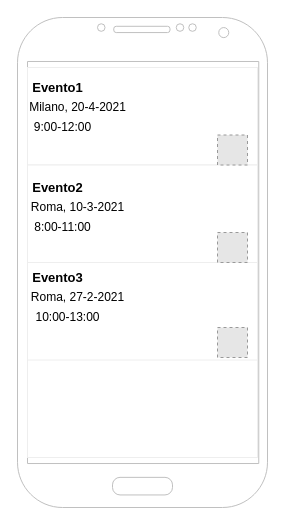
The draw.io diagram Wireframe.drawio in claudiaamorosi/2020-21-webdesign-esercitazione, before the edit. Source tidied: cells renumbered, new cells numbered last; positions are measured from the earlier drawing's top-left corner, leaving out a move shared by most shapes. Both pictures are drawn from the tidied source at 100%, with x=0, y=0 at pixel (17, 17). Pictures stored in the file or linked from it are replaced by grey dashed boxes.
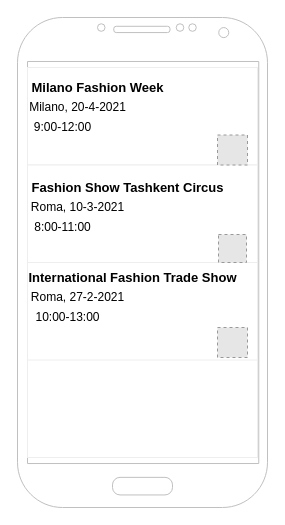
After the change.

What changed in the source:
```diff
@@
 <mxGraphModel>
   <root>
     <mxCell id="0" />
     <mxCell id="1" parent="0" />
     <mxCell id="2" style="verticalLabelPosition=bottom;verticalAlign=top;html=1;shadow=0;dashed=0;strokeWidth=1;shape=mxgraph.android.phone2;strokeColor=#c0c0c0;" parent="1" vertex="1">
       <mxGeometry width="250" height="490" as="geometry" />
     </mxCell>
-    <mxCell id="3" style="strokeWidth=1;html=1;shadow=0;dashed=0;shape=mxgraph.android.rrect;rSize=0;strokeColor=#eeeeee;fillColor=#ffffff;gradientColor=none;" parent="1" vertex="1">
+    <mxCell id="3" style="strokeWidth=1;html=1;shadow=0;dashed=0;shape=mxgraph.android.rrect;rSize=0;strokeColor=#eeeeee;gradientColor=none;fontColor=#EA6B66;fillColor=#FFFFFF;" parent="1" vertex="1">
       <mxGeometry x="10" y="50" width="230" height="390" as="geometry" />
     </mxCell>
     <mxCell id="4" style="strokeColor=inherit;fillColor=inherit;gradientColor=inherit;strokeWidth=1;html=1;shadow=0;dashed=0;shape=mxgraph.android.rrect;rSize=0;align=left;spacingLeft=10;fontSize=8;fontColor=#333333;" parent="3" vertex="1">
       <mxGeometry width="230" height="97.5" as="geometry" />
     </mxCell>
     <mxCell id="5" style="strokeColor=inherit;fillColor=inherit;gradientColor=inherit;strokeWidth=1;html=1;shadow=0;dashed=0;shape=mxgraph.android.rrect;rSize=0;align=left;spacingLeft=10;fontSize=8;fontColor=#333333;" parent="3" vertex="1">
       <mxGeometry y="97.5" width="230" height="97.5" as="geometry" />
     </mxCell>
     <mxCell id="6" style="strokeColor=inherit;fillColor=inherit;gradientColor=inherit;strokeWidth=1;html=1;shadow=0;dashed=0;shape=mxgraph.android.rrect;rSize=0;align=left;spacingLeft=10;fontSize=8;fontColor=#333333;" parent="3" vertex="1">
       <mxGeometry y="195" width="230" height="97.5" as="geometry" />
     </mxCell>
-    <mxCell id="7" value="&lt;b style=&quot;font-size: 13px&quot;&gt;Evento1&lt;/b&gt;" style="text;html=1;align=center;verticalAlign=middle;" parent="3" vertex="1">
-      <mxGeometry x="-5" y="10" width="70" height="20" as="geometry" />
+    <mxCell id="7" value="&lt;span style=&quot;font-size: 13px&quot;&gt;&lt;b&gt;Milano Fashion Week&lt;/b&gt;&lt;/span&gt;" style="text;html=1;align=center;verticalAlign=middle;" parent="3" vertex="1">
+      <mxGeometry x="-5" y="10" width="150" height="20" as="geometry" />
     </mxCell>
-    <mxCell id="8" value="&lt;b&gt;&lt;font style=&quot;font-size: 13px&quot;&gt;Evento2&lt;/font&gt;&lt;/b&gt;" style="text;html=1;align=center;verticalAlign=middle;" parent="3" vertex="1">
-      <mxGeometry x="-5" y="110" width="70" height="20" as="geometry" />
+    <mxCell id="8" value="&lt;span style=&quot;font-size: 13px&quot;&gt;&lt;b&gt;Fashion Show Tashkent Circus&lt;/b&gt;&lt;/span&gt;" style="text;html=1;align=center;verticalAlign=middle;" parent="3" vertex="1">
+      <mxGeometry x="-5" y="110" width="210" height="20" as="geometry" />
     </mxCell>
-    <mxCell id="9" value="&lt;b&gt;&lt;font style=&quot;font-size: 13px&quot;&gt;Evento3&lt;/font&gt;&lt;/b&gt;" style="text;html=1;align=center;verticalAlign=middle;" parent="3" vertex="1">
-      <mxGeometry x="-5" y="200" width="70" height="20" as="geometry" />
+    <mxCell id="9" value="&lt;span style=&quot;font-size: 13px&quot;&gt;&lt;b&gt;International Fashion Trade Show&lt;/b&gt;&lt;/span&gt;" style="text;html=1;align=center;verticalAlign=middle;" parent="3" vertex="1">
+      <mxGeometry x="-5" y="200" width="220" height="20" as="geometry" />
     </mxCell>
     <mxCell id="10" value="Roma, 10-3-2021" style="text;html=1;align=center;verticalAlign=middle;" parent="3" vertex="1">
       <mxGeometry x="-5" y="130" width="110" height="20" as="geometry" />
     </mxCell>
     <mxCell id="11" value="Milano, 20-4-2021" style="text;html=1;align=center;verticalAlign=middle;" parent="3" vertex="1">
       <mxGeometry x="-5" y="30" width="110" height="20" as="geometry" />
     </mxCell>
     <mxCell id="12" value="Roma, 27-2-2021" style="text;html=1;align=center;verticalAlign=middle;" parent="3" vertex="1">
       <mxGeometry x="-5" y="220" width="110" height="20" as="geometry" />
     </mxCell>
     <mxCell id="13" value="9:00-12:00" style="text;html=1;align=center;verticalAlign=middle;" parent="3" vertex="1">
       <mxGeometry y="50" width="70" height="20" as="geometry" />
     </mxCell>
-    <mxCell id="14" style="fillColor=#E6E6E6;strokeColor=#999999;dashed=1;html=1;verticalAlign=top;verticalLabelPosition=bottom;labelBackgroundColor=#ffffff;" parent="3" vertex="1">
+    <mxCell id="14" style="fillColor=#E6E6E6;strokeColor=#999999;dashed=1;html=1;verticalAlign=top;verticalLabelPosition=bottom;labelBackgroundColor=none;" parent="3" vertex="1">
       <mxGeometry x="190" y="67.5" width="30" height="30" as="geometry" />
     </mxCell>
-    <mxCell id="15" style="fillColor=#E6E6E6;strokeColor=#999999;dashed=1;html=1;verticalAlign=top;verticalLabelPosition=bottom;labelBackgroundColor=#ffffff;" parent="3" vertex="1">
-      <mxGeometry x="190" y="165" width="30" height="30" as="geometry" />
-    </mxCell>
     <mxCell id="16" style="fillColor=#E6E6E6;strokeColor=#999999;dashed=1;html=1;verticalAlign=top;verticalLabelPosition=bottom;labelBackgroundColor=#ffffff;" parent="3" vertex="1">
       <mxGeometry x="190" y="260" width="30" height="30" as="geometry" />
     </mxCell>
     <mxCell id="17" value="8:00-11:00" style="text;html=1;align=center;verticalAlign=middle;" parent="3" vertex="1">
       <mxGeometry y="150" width="70" height="20" as="geometry" />
     </mxCell>
     <mxCell id="18" value="10:00-13:00" style="text;html=1;align=center;verticalAlign=middle;" parent="3" vertex="1">
       <mxGeometry y="240" width="80" height="20" as="geometry" />
     </mxCell>
+    <mxCell id="19" style="fillColor=#E6E6E6;strokeColor=#999999;dashed=1;html=1;verticalAlign=top;verticalLabelPosition=bottom;labelBackgroundColor=#ffffff;fontColor=#EA6B66;" parent="3" vertex="1">
+      <mxGeometry x="191" y="167" width="28" height="28" as="geometry" />
+    </mxCell>
   </root>
 </mxGraphModel>
```
